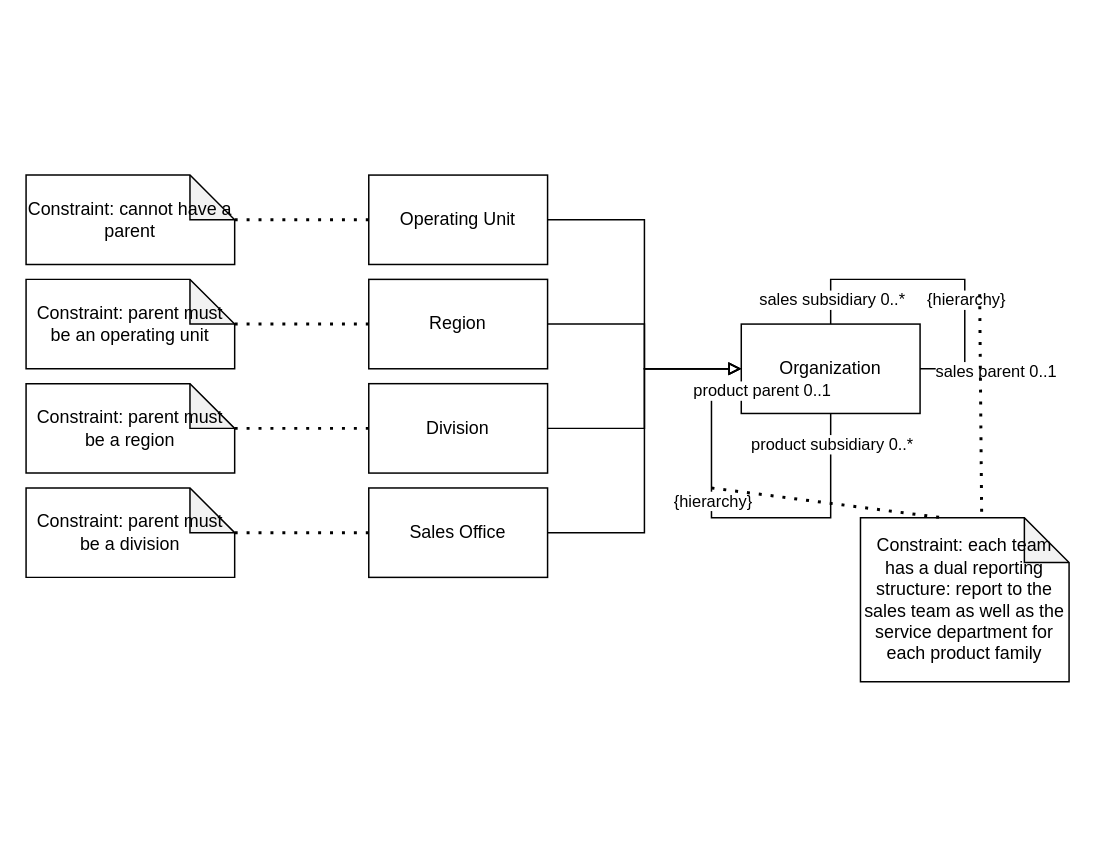
This is analysis-patterns-2-5-Two-organizational-hierarchies.drawio from wubin28/analysis-patterns-diagrams-in-uml, a draw.io file, before an edit. Source tidied: cells renumbered, new cells numbered last; positions are measured from the earlier drawing's top-left corner, leaving out a move shared by most shapes. Both pictures are drawn from the tidied source at 149%, with x=0, y=0 at pixel (25, 174).
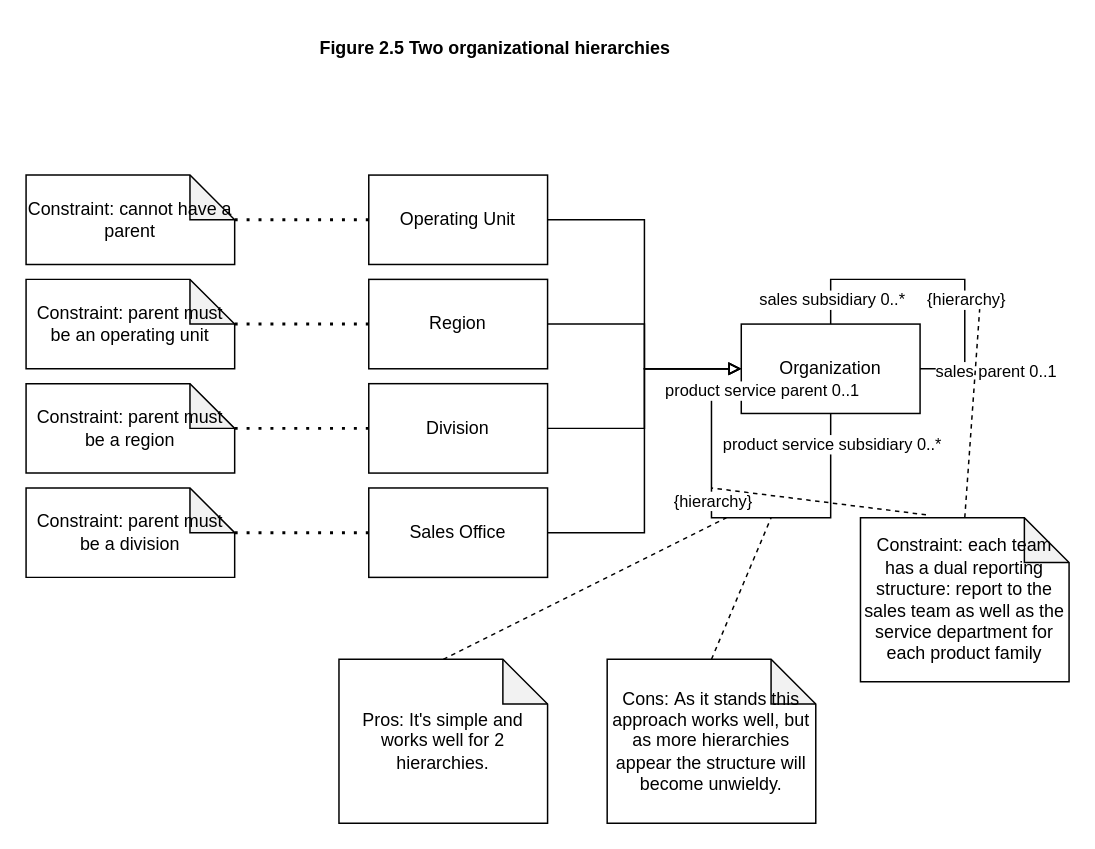
After the change.

Commit message:
refactor: add pros and cons for figure 2.5

The change refers to these unchanged cells:
```xml
<mxCell id="23" style="edgeStyle=orthogonalEdgeStyle;rounded=0;orthogonalLoop=1;jettySize=auto;html=1;endArrow=none;endFill=0;exitX=0.5;exitY=1;exitDx=0;exitDy=0;entryX=0;entryY=0.75;entryDx=0;entryDy=0;" parent="1" edge="1" source="2" target="2">
  <mxGeometry relative="1" as="geometry">
    <Array as="points">
      <mxPoint x="540" y="230" />
      <mxPoint x="460" y="230" />
      <mxPoint x="460" y="145" />
    </Array>
  </mxGeometry>
</mxCell>
<mxCell id="27" value="Constraint: each team has a dual reporting structure: report to the sales team as well as the service department for each product family" style="shape=note;whiteSpace=wrap;html=1;backgroundOutline=1;darkOpacity=0.05;" parent="1" vertex="1">
  <mxGeometry x="560" y="230" width="140" height="110" as="geometry" />
</mxCell>
```

Change to the diagram source:
```diff
@@
-    <mxCell id="24" value="product subsidiary 0..*" style="edgeLabel;html=1;align=center;verticalAlign=middle;" parent="23" vertex="1">
+    <mxCell id="24" value="product service subsidiary 0..*" style="edgeLabel;html=1;align=center;verticalAlign=middle;" parent="23" vertex="1">
       <mxGeometry x="-0.84" relative="1" as="geometry" />
     </mxCell>
-    <mxCell id="25" value="product parent 0..1" style="edgeLabel;html=1;align=center;verticalAlign=middle;" parent="23" vertex="1">
+    <mxCell id="25" value="product service parent 0..1" style="edgeLabel;html=1;align=center;verticalAlign=middle;" parent="23" vertex="1">
       <mxGeometry x="0.84" y="1" relative="1" as="geometry">
         <mxPoint x="33" as="offset" />
       </mxGeometry>
     </mxCell>
@@
-    <mxCell id="28" style="endArrow=none;dashed=1;html=1;dashPattern=1 3;strokeWidth=2;rounded=0;endFill=0;entryX=0;entryY=0;entryDx=55;entryDy=0;entryPerimeter=0;" parent="1" edge="1" target="27">
-      <mxGeometry relative="1" as="geometry">
-        <mxPoint x="460" y="210" as="sourcePoint" />
-      </mxGeometry>
-    </mxCell>
-    <mxCell id="29" style="endArrow=none;dashed=1;html=1;dashPattern=1 3;strokeWidth=2;rounded=0;endFill=0;entryX=0.581;entryY=-0.021;entryDx=0;entryDy=0;entryPerimeter=0;" parent="1" edge="1" target="27">
-      <mxGeometry relative="1" as="geometry">
-        <mxPoint x="640" y="80" as="sourcePoint" />
-      </mxGeometry>
-    </mxCell>
+    <mxCell id="30" value="Pros: It's simple and works well for 2 hierarchies." style="shape=note;whiteSpace=wrap;html=1;backgroundOutline=1;darkOpacity=0.05;" parent="1" vertex="1">
+      <mxGeometry x="210" y="325" width="140" height="110" as="geometry" />
+    </mxCell>
+    <mxCell id="31" value="Cons:&amp;nbsp;As it stands this approach works well, but as more hierarchies appear the structure will become unwieldy." style="shape=note;whiteSpace=wrap;html=1;backgroundOutline=1;darkOpacity=0.05;" parent="1" vertex="1">
+      <mxGeometry x="390" y="325" width="140" height="110" as="geometry" />
+    </mxCell>
+    <mxCell id="32" style="endArrow=none;dashed=1;html=1;rounded=0;exitX=0.5;exitY=0;exitDx=0;exitDy=0;exitPerimeter=0;" parent="1" edge="1" source="31">
+      <mxGeometry relative="1" as="geometry">
+        <mxPoint x="500" y="230" as="targetPoint" />
+      </mxGeometry>
+    </mxCell>
+    <mxCell id="33" style="endArrow=none;dashed=1;html=1;rounded=0;exitX=0.5;exitY=0;exitDx=0;exitDy=0;exitPerimeter=0;" parent="1" edge="1" source="30">
+      <mxGeometry relative="1" as="geometry">
+        <mxPoint x="470" y="230" as="targetPoint" />
+      </mxGeometry>
+    </mxCell>
+    <mxCell id="34" style="endArrow=none;dashed=1;html=1;rounded=0;exitX=0.5;exitY=0;exitDx=0;exitDy=0;exitPerimeter=0;" parent="1" edge="1" source="27">
+      <mxGeometry relative="1" as="geometry">
+        <mxPoint x="640" y="90" as="targetPoint" />
+      </mxGeometry>
+    </mxCell>
+    <mxCell id="35" style="endArrow=none;dashed=1;html=1;rounded=0;exitX=0.314;exitY=-0.018;exitDx=0;exitDy=0;exitPerimeter=0;" parent="1" edge="1" source="27">
+      <mxGeometry relative="1" as="geometry">
+        <mxPoint x="460" y="210" as="targetPoint" />
+      </mxGeometry>
+    </mxCell>
+    <mxCell id="36" value="Figure 2.5 Two organizational hierarchies" style="text;html=1;strokeColor=none;fillColor=none;align=center;verticalAlign=middle;whiteSpace=wrap;rounded=0;fontStyle=1;" parent="1" vertex="1">
+      <mxGeometry x="195" y="-100" width="240" height="30" as="geometry" />
+    </mxCell>
```
